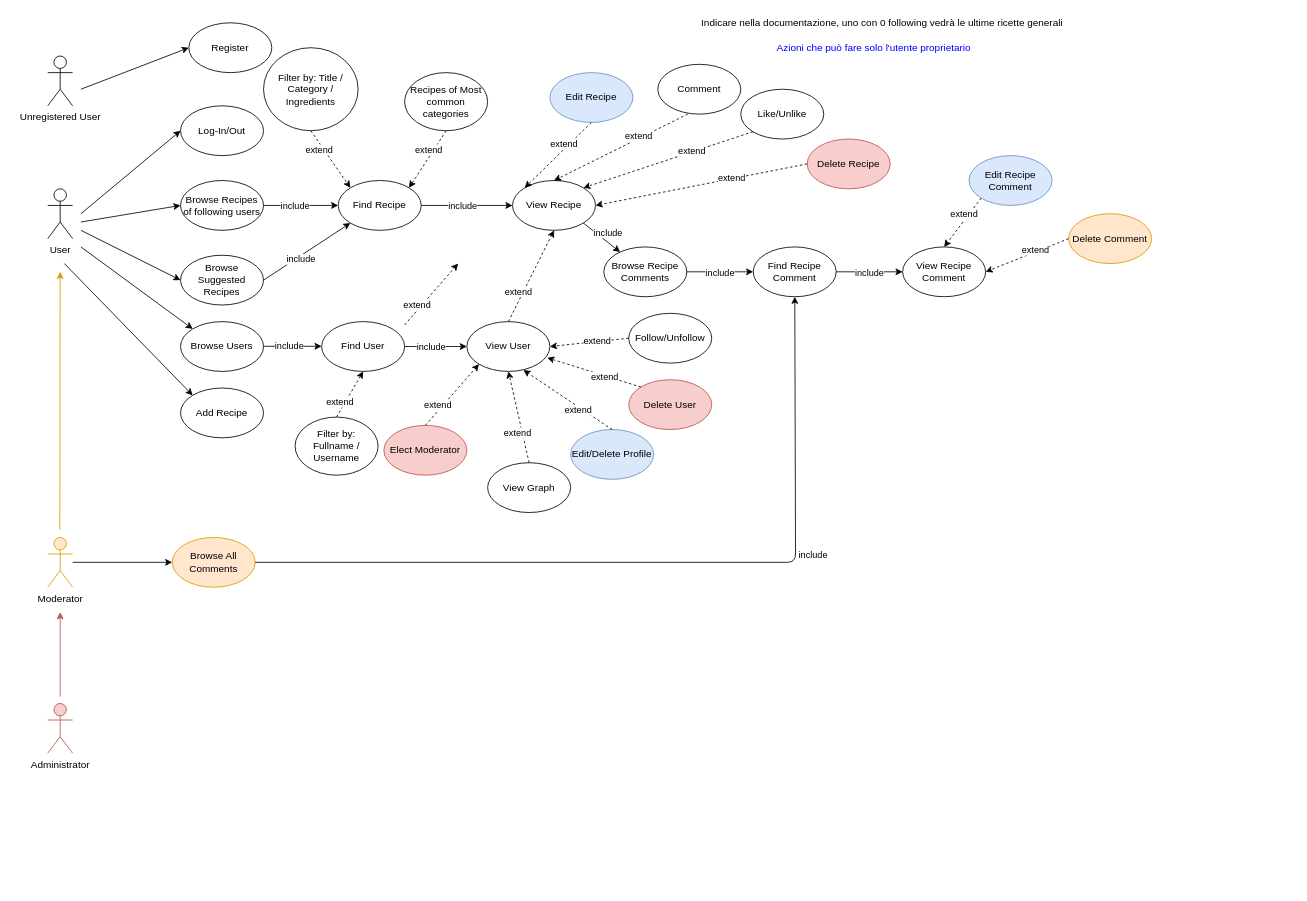
fraie98/JustRecipe keeps this draw.io diagram as Documents/drawio/UseCaseDiagram.drawio. Above is the earlier version. Source tidied: cells renumbered, new cells numbered last; positions are measured from the earlier drawing's top-left corner, leaving out a move shared by most shapes. Both pictures are drawn from the tidied source at 83%, with x=0, y=0 at pixel (47, 14).
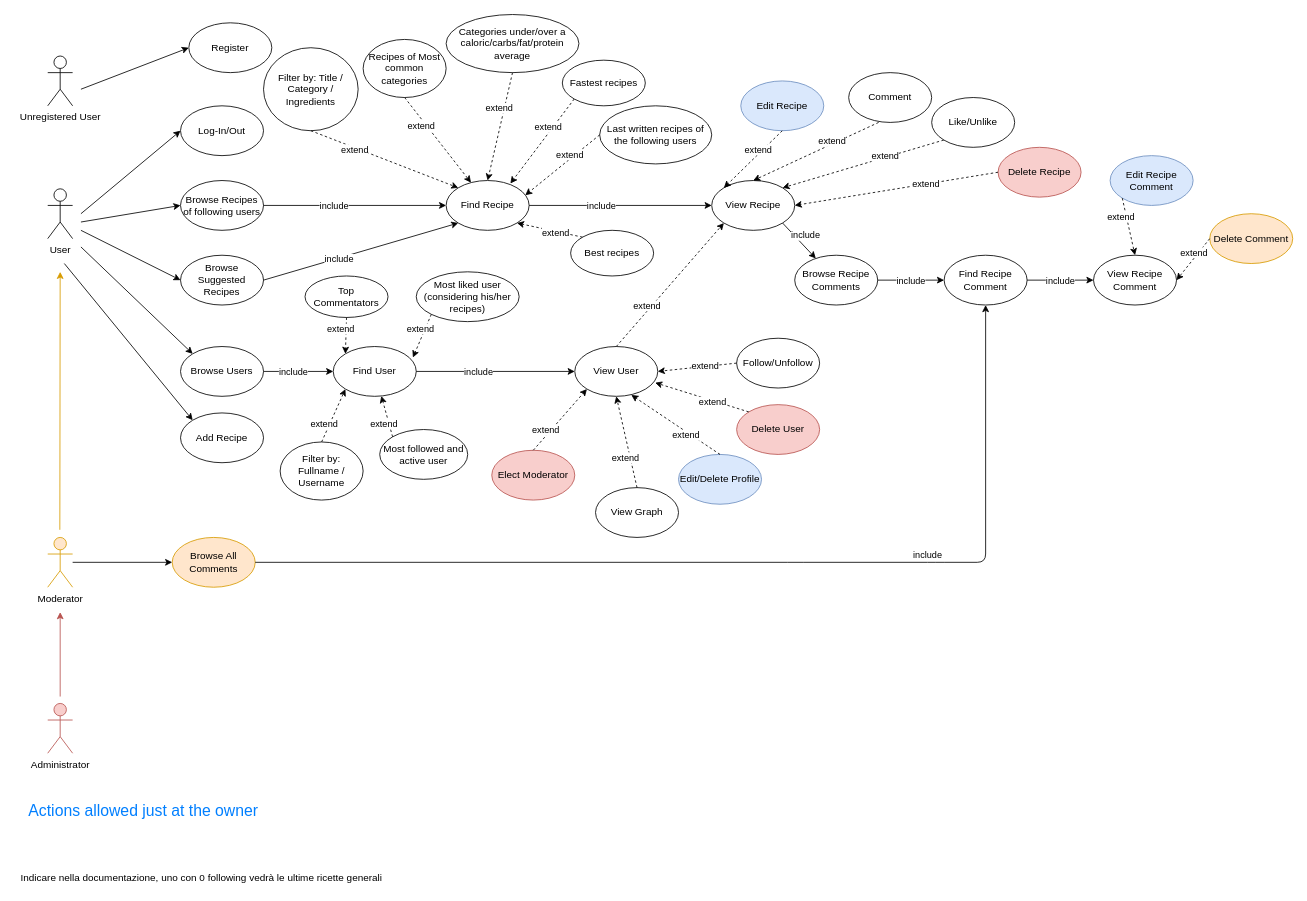
Above is the later version.

Unchanged cells that the change refers to:
```xml
<mxCell id="78" value="Browse All Comments" style="ellipse;whiteSpace=wrap;html=1;fillColor=#ffe6cc;strokeColor=#d79b00;" parent="1" vertex="1">
  <mxGeometry x="150" y="630" width="100" height="60" as="geometry" />
</mxCell>
```

Change to the diagram source:
```diff
@@
     <mxCell id="11" value="Find Recipe" style="ellipse;whiteSpace=wrap;html=1;" parent="1" vertex="1">
-      <mxGeometry x="350" y="200" width="100" height="60" as="geometry" />
+      <mxGeometry x="480" y="200" width="100" height="60" as="geometry" />
     </mxCell>
     <mxCell id="12" value="View Recipe" style="ellipse;whiteSpace=wrap;html=1;" parent="1" vertex="1">
-      <mxGeometry x="560" y="200" width="100" height="60" as="geometry" />
+      <mxGeometry x="800" y="200" width="100" height="60" as="geometry" />
     </mxCell>
@@
     <mxCell id="22" value="Indicare nella documentazione, uno con 0 following vedrà le ultime ricette generali" style="text;html=1;align=center;verticalAlign=middle;" parent="1" vertex="1">
-      <mxGeometry x="780" width="450" height="20" as="geometry" />
+      <mxGeometry x="-40" y="1030" width="450" height="20" as="geometry" />
     </mxCell>
     <mxCell id="23" value="Browse Users" style="ellipse;whiteSpace=wrap;html=1;" parent="1" vertex="1">
-      <mxGeometry x="160" y="370" width="100" height="60" as="geometry" />
+      <mxGeometry x="160" y="400" width="100" height="60" as="geometry" />
     </mxCell>
     <mxCell id="24" value="Find User" style="ellipse;whiteSpace=wrap;html=1;" parent="1" vertex="1">
-      <mxGeometry x="330" y="370" width="100" height="60" as="geometry" />
+      <mxGeometry x="344" y="400" width="100" height="60" as="geometry" />
     </mxCell>
     <mxCell id="25" value="View User" style="ellipse;whiteSpace=wrap;html=1;" parent="1" vertex="1">
-      <mxGeometry x="505" y="370" width="100" height="60" as="geometry" />
+      <mxGeometry x="635" y="400" width="100" height="60" as="geometry" />
     </mxCell>
     <mxCell id="26" value="Follow/Unfollow" style="ellipse;whiteSpace=wrap;html=1;" parent="1" vertex="1">
-      <mxGeometry x="700" y="360" width="100" height="60" as="geometry" />
+      <mxGeometry x="830" y="390" width="100" height="60" as="geometry" />
     </mxCell>
@@
-    <mxCell id="28" style="endArrow=classic;html=1;exitX=1;exitY=0.5;exitDx=0;exitDy=0;" parent="1" edge="1">
-      <mxGeometry relative="1" as="geometry">
-        <mxPoint x="260" y="399.7" as="sourcePoint" />
-        <mxPoint x="330" y="399.7" as="targetPoint" />
-      </mxGeometry>
+    <mxCell id="28" style="endArrow=classic;html=1;exitX=1;exitY=0.5;exitDx=0;exitDy=0;entryX=0;entryY=0.5;entryDx=0;entryDy=0;" parent="1" edge="1" source="23" target="24">
+      <mxGeometry relative="1" as="geometry" />
     </mxCell>
@@
     <mxCell id="34" value="Comment" style="ellipse;whiteSpace=wrap;html=1;" parent="1" vertex="1">
-      <mxGeometry x="735" y="60" width="100" height="60" as="geometry" />
+      <mxGeometry x="965" y="70" width="100" height="60" as="geometry" />
     </mxCell>
     <mxCell id="35" value="Like/Unlike" style="ellipse;whiteSpace=wrap;html=1;" parent="1" vertex="1">
-      <mxGeometry x="835" y="90" width="100" height="60" as="geometry" />
+      <mxGeometry x="1065" y="100" width="100" height="60" as="geometry" />
     </mxCell>
@@
-    <mxCell id="38" style="endArrow=classic;html=1;entryX=0.5;entryY=1;entryDx=0;entryDy=0;exitX=0.5;exitY=0;exitDx=0;exitDy=0;dashed=1;" parent="1" edge="1" source="25" target="12">
+    <mxCell id="38" style="endArrow=classic;html=1;entryX=0;entryY=1;entryDx=0;entryDy=0;exitX=0.5;exitY=0;exitDx=0;exitDy=0;dashed=1;" parent="1" edge="1" source="25" target="12">
       <mxGeometry relative="1" as="geometry" />
     </mxCell>
@@
     <mxCell id="42" value="Browse Recipe Comments" style="ellipse;whiteSpace=wrap;html=1;" parent="1" vertex="1">
-      <mxGeometry x="670" y="280" width="100" height="60" as="geometry" />
+      <mxGeometry x="900" y="290" width="100" height="60" as="geometry" />
     </mxCell>
     <mxCell id="43" value="Find Recipe Comment" style="ellipse;whiteSpace=wrap;html=1;" parent="1" vertex="1">
-      <mxGeometry x="850" y="280" width="100" height="60" as="geometry" />
+      <mxGeometry x="1080" y="290" width="100" height="60" as="geometry" />
     </mxCell>
     <mxCell id="44" value="View Recipe Comment" style="ellipse;whiteSpace=wrap;html=1;" parent="1" vertex="1">
-      <mxGeometry x="1030" y="280" width="100" height="60" as="geometry" />
+      <mxGeometry x="1260" y="290" width="100" height="60" as="geometry" />
     </mxCell>
     <mxCell id="45" value="Edit Recipe" style="ellipse;whiteSpace=wrap;html=1;fillColor=#dae8fc;strokeColor=#6c8ebf;" parent="1" vertex="1">
-      <mxGeometry x="605" y="70" width="100" height="60" as="geometry" />
+      <mxGeometry x="835" y="80" width="100" height="60" as="geometry" />
     </mxCell>
@@
     <mxCell id="54" value="Edit Recipe Comment" style="ellipse;whiteSpace=wrap;html=1;fillColor=#dae8fc;strokeColor=#6c8ebf;" parent="1" vertex="1">
-      <mxGeometry x="1110" y="170" width="100" height="60" as="geometry" />
+      <mxGeometry x="1280" y="170" width="100" height="60" as="geometry" />
     </mxCell>
     <mxCell id="55" value="Delete Comment" style="ellipse;whiteSpace=wrap;html=1;fillColor=#ffe6cc;strokeColor=#d79b00;" parent="1" vertex="1">
-      <mxGeometry x="1230" y="240" width="100" height="60" as="geometry" />
+      <mxGeometry x="1400" y="240" width="100" height="60" as="geometry" />
     </mxCell>
     <mxCell id="56" value="Delete Recipe" style="ellipse;whiteSpace=wrap;html=1;fillColor=#f8cecc;strokeColor=#b85450;" parent="1" vertex="1">
-      <mxGeometry x="915" y="150" width="100" height="60" as="geometry" />
+      <mxGeometry x="1145" y="160" width="100" height="60" as="geometry" />
     </mxCell>
@@
     <mxCell id="63" value="Delete User" style="ellipse;whiteSpace=wrap;html=1;fillColor=#f8cecc;strokeColor=#b85450;" parent="1" vertex="1">
-      <mxGeometry x="700" y="440" width="100" height="60" as="geometry" />
+      <mxGeometry x="830" y="470" width="100" height="60" as="geometry" />
     </mxCell>
@@
-    <mxCell id="66" value="&lt;font color=&quot;#0000ff&quot;&gt;Azioni che può fare solo l'utente proprietario&lt;/font&gt;" style="text;html=1;align=center;verticalAlign=middle;" parent="1" vertex="1">
-      <mxGeometry x="870" y="30" width="250" height="20" as="geometry" />
-    </mxCell>
     <mxCell id="67" value="Edit/Delete Profile" style="ellipse;whiteSpace=wrap;html=1;fillColor=#dae8fc;strokeColor=#6c8ebf;" parent="1" vertex="1">
-      <mxGeometry x="630" y="500" width="100" height="60" as="geometry" />
+      <mxGeometry x="760" y="530" width="100" height="60" as="geometry" />
     </mxCell>
@@
     <mxCell id="70" value="View Graph" style="ellipse;whiteSpace=wrap;html=1;" parent="1" vertex="1">
-      <mxGeometry x="530" y="540" width="100" height="60" as="geometry" />
+      <mxGeometry x="660" y="570" width="100" height="60" as="geometry" />
     </mxCell>
@@
     <mxCell id="73" value="Add Recipe" style="ellipse;whiteSpace=wrap;html=1;" parent="1" vertex="1">
-      <mxGeometry x="160" y="450" width="100" height="60" as="geometry" />
+      <mxGeometry x="160" y="480" width="100" height="60" as="geometry" />
     </mxCell>
@@
     <mxCell id="75" value="Elect Moderator" style="ellipse;whiteSpace=wrap;html=1;fillColor=#f8cecc;strokeColor=#b85450;" parent="1" vertex="1">
-      <mxGeometry x="405" y="495" width="100" height="60" as="geometry" />
+      <mxGeometry x="535" y="525" width="100" height="60" as="geometry" />
     </mxCell>
@@
     <mxCell id="79" style="endArrow=classic;html=1;exitX=1;exitY=0.5;exitDx=0;exitDy=0;" parent="1" edge="1" source="78" target="43">
       <mxGeometry relative="1" as="geometry">
         <Array as="points">
           <mxPoint x="901" y="660" />
+          <mxPoint x="1070" y="660" />
+          <mxPoint x="1130" y="660" />
         </Array>
       </mxGeometry>
     </mxCell>
     <mxCell id="80" value="include" style="edgeLabel;html=1;align=center;verticalAlign=middle;" parent="79" vertex="1">
       <mxGeometry x="-0.34" relative="1" as="geometry">
-        <mxPoint x="351.2" y="-10" as="offset" />
+        <mxPoint x="416" y="-10" as="offset" />
       </mxGeometry>
     </mxCell>
@@
     <mxCell id="85" value="Filter by: Fullname / Username" style="ellipse;whiteSpace=wrap;html=1;" parent="1" vertex="1">
-      <mxGeometry x="298" y="485" width="100" height="70" as="geometry" />
+      <mxGeometry x="280" y="515" width="100" height="70" as="geometry" />
     </mxCell>
-    <mxCell id="86" style="endArrow=classic;html=1;entryX=0;entryY=1;entryDx=0;entryDy=0;exitX=0.5;exitY=0;exitDx=0;exitDy=0;dashed=1;" parent="1" edge="1">
-      <mxGeometry relative="1" as="geometry">
-        <mxPoint x="430" y="373.9" as="sourcePoint" />
-        <mxPoint x="494.5" y="300" as="targetPoint" />
-      </mxGeometry>
-    </mxCell>
-    <mxCell id="87" value="extend" style="edgeLabel;html=1;align=center;verticalAlign=middle;" parent="86" vertex="1">
-      <mxGeometry x="-0.34" relative="1" as="geometry">
-        <mxPoint x="-6.7" y="-0.2" as="offset" />
-      </mxGeometry>
-    </mxCell>
@@
-    <mxCell id="90" style="endArrow=classic;html=1;entryX=0.5;entryY=1;entryDx=0;entryDy=0;exitX=0.5;exitY=0;exitDx=0;exitDy=0;dashed=1;" parent="1" edge="1" source="85" target="24">
+    <mxCell id="90" style="endArrow=classic;html=1;entryX=0;entryY=1;entryDx=0;entryDy=0;exitX=0.5;exitY=0;exitDx=0;exitDy=0;dashed=1;" parent="1" edge="1" source="85" target="24">
       <mxGeometry relative="1" as="geometry" />
     </mxCell>
@@
     <mxCell id="92" value="Recipes of Most common categories" style="ellipse;whiteSpace=wrap;html=1;" parent="1" vertex="1">
-      <mxGeometry x="430" y="70" width="100" height="70" as="geometry" />
+      <mxGeometry x="380" y="30" width="100" height="70" as="geometry" />
     </mxCell>
-    <mxCell id="93" style="endArrow=classic;html=1;entryX=1;entryY=0;entryDx=0;entryDy=0;exitX=0.5;exitY=1;exitDx=0;exitDy=0;dashed=1;" parent="1" edge="1" source="92" target="11">
+    <mxCell id="93" style="endArrow=classic;html=1;entryX=0.3;entryY=0.042;entryDx=0;entryDy=0;exitX=0.5;exitY=1;exitDx=0;exitDy=0;dashed=1;entryPerimeter=0;" parent="1" edge="1" source="92" target="11">
       <mxGeometry relative="1" as="geometry" />
     </mxCell>
@@
+    <mxCell id="95" value="Categories under/over a caloric/carbs/fat/protein average" style="ellipse;whiteSpace=wrap;html=1;" parent="1" vertex="1">
+      <mxGeometry x="480" width="160" height="70" as="geometry" />
+    </mxCell>
+    <mxCell id="96" style="endArrow=classic;html=1;entryX=0.5;entryY=0;entryDx=0;entryDy=0;exitX=0.5;exitY=1;exitDx=0;exitDy=0;dashed=1;" parent="1" edge="1" source="95" target="11">
+      <mxGeometry relative="1" as="geometry" />
+    </mxCell>
+    <mxCell id="97" value="extend" style="edgeLabel;html=1;align=center;verticalAlign=middle;" parent="96" vertex="1">
+      <mxGeometry x="-0.34" relative="1" as="geometry">
+        <mxPoint x="-6.7" y="-0.2" as="offset" />
+      </mxGeometry>
+    </mxCell>
+    <mxCell id="98" value="Fastest recipes" style="ellipse;whiteSpace=wrap;html=1;" parent="1" vertex="1">
+      <mxGeometry x="620" y="55" width="100" height="55" as="geometry" />
+    </mxCell>
+    <mxCell id="99" style="endArrow=classic;html=1;entryX=0.774;entryY=0.06;entryDx=0;entryDy=0;exitX=0;exitY=1;exitDx=0;exitDy=0;dashed=1;entryPerimeter=0;" parent="1" edge="1" source="98" target="11">
+      <mxGeometry relative="1" as="geometry" />
+    </mxCell>
+    <mxCell id="100" value="extend" style="edgeLabel;html=1;align=center;verticalAlign=middle;" parent="99" vertex="1">
+      <mxGeometry x="-0.34" relative="1" as="geometry">
+        <mxPoint x="-6.7" y="-0.2" as="offset" />
+      </mxGeometry>
+    </mxCell>
+    <mxCell id="101" value="Last written recipes of the following users" style="ellipse;whiteSpace=wrap;html=1;" parent="1" vertex="1">
+      <mxGeometry x="665" y="110" width="135" height="70" as="geometry" />
+    </mxCell>
+    <mxCell id="102" style="endArrow=classic;html=1;exitX=0;exitY=0.5;exitDx=0;exitDy=0;dashed=1;entryX=0.953;entryY=0.295;entryDx=0;entryDy=0;entryPerimeter=0;" parent="1" edge="1" source="101" target="11">
+      <mxGeometry relative="1" as="geometry" />
+    </mxCell>
+    <mxCell id="103" value="extend" style="edgeLabel;html=1;align=center;verticalAlign=middle;" parent="102" vertex="1">
+      <mxGeometry x="-0.34" relative="1" as="geometry">
+        <mxPoint x="-6.7" y="-0.2" as="offset" />
+      </mxGeometry>
+    </mxCell>
+    <mxCell id="104" value="Best recipes" style="ellipse;whiteSpace=wrap;html=1;" parent="1" vertex="1">
+      <mxGeometry x="630" y="260" width="100" height="55" as="geometry" />
+    </mxCell>
+    <mxCell id="105" style="endArrow=classic;html=1;entryX=1;entryY=1;entryDx=0;entryDy=0;exitX=0;exitY=0;exitDx=0;exitDy=0;dashed=1;" parent="1" edge="1" source="104" target="11">
+      <mxGeometry relative="1" as="geometry" />
+    </mxCell>
+    <mxCell id="106" value="extend" style="edgeLabel;html=1;align=center;verticalAlign=middle;" parent="105" vertex="1">
+      <mxGeometry x="-0.34" relative="1" as="geometry">
+        <mxPoint x="-6.7" y="-0.2" as="offset" />
+      </mxGeometry>
+    </mxCell>
+    <mxCell id="107" value="Top Commentators" style="ellipse;whiteSpace=wrap;html=1;" parent="1" vertex="1">
+      <mxGeometry x="310" y="315" width="100" height="50" as="geometry" />
+    </mxCell>
+    <mxCell id="108" value="Most followed and active user" style="ellipse;whiteSpace=wrap;html=1;" parent="1" vertex="1">
+      <mxGeometry x="400" y="500" width="106" height="60" as="geometry" />
+    </mxCell>
+    <mxCell id="109" style="endArrow=classic;html=1;entryX=0;entryY=0;entryDx=0;entryDy=0;exitX=0.5;exitY=1;exitDx=0;exitDy=0;dashed=1;" parent="1" edge="1" source="107" target="24">
+      <mxGeometry relative="1" as="geometry" />
+    </mxCell>
+    <mxCell id="110" value="extend" style="edgeLabel;html=1;align=center;verticalAlign=middle;" parent="109" vertex="1">
+      <mxGeometry x="-0.34" relative="1" as="geometry">
+        <mxPoint x="-6.7" y="-0.2" as="offset" />
+      </mxGeometry>
+    </mxCell>
+    <mxCell id="111" style="endArrow=classic;html=1;exitX=0;exitY=0;exitDx=0;exitDy=0;dashed=1;" parent="1" edge="1" source="108" target="24">
+      <mxGeometry relative="1" as="geometry" />
+    </mxCell>
+    <mxCell id="112" value="extend" style="edgeLabel;html=1;align=center;verticalAlign=middle;" parent="111" vertex="1">
+      <mxGeometry x="-0.34" relative="1" as="geometry">
+        <mxPoint x="-6.7" y="-0.2" as="offset" />
+      </mxGeometry>
+    </mxCell>
+    <mxCell id="113" value="&lt;div&gt;Most liked user (considering his/her&lt;/div&gt;&lt;div&gt;recipes)&lt;/div&gt;" style="ellipse;whiteSpace=wrap;html=1;" parent="1" vertex="1">
+      <mxGeometry x="444" y="310" width="124" height="60" as="geometry" />
+    </mxCell>
+    <mxCell id="114" style="endArrow=classic;html=1;exitX=0;exitY=1;exitDx=0;exitDy=0;dashed=1;entryX=0.96;entryY=0.221;entryDx=0;entryDy=0;entryPerimeter=0;" parent="1" edge="1" source="113" target="24">
+      <mxGeometry relative="1" as="geometry" />
+    </mxCell>
+    <mxCell id="115" value="extend" style="edgeLabel;html=1;align=center;verticalAlign=middle;" parent="114" vertex="1">
+      <mxGeometry x="-0.34" relative="1" as="geometry">
+        <mxPoint x="-6.7" y="-0.2" as="offset" />
+      </mxGeometry>
+    </mxCell>
+    <mxCell id="116" value="&lt;font style=&quot;font-size: 19px&quot; color=&quot;#007fff&quot;&gt;Actions allowed just at the owner&lt;/font&gt;" style="text;html=1;align=center;verticalAlign=middle;" parent="1" vertex="1">
+      <mxGeometry x="-30" y="950" width="290" height="20" as="geometry" />
+    </mxCell>
```
